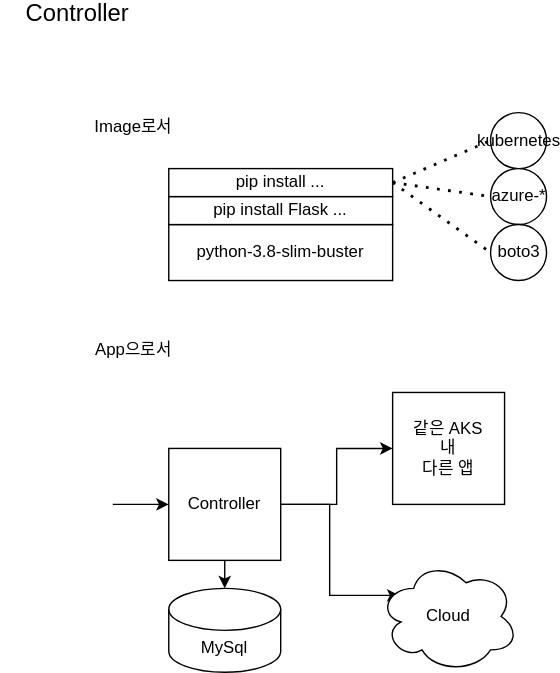
Above: img/controller-arch.svg in anabaral/azure-etude (draw.io), before the change. Source tidied: cells renumbered, new cells last; positions are measured from the earlier drawing's top-left corner, leaving out a move shared by most shapes.
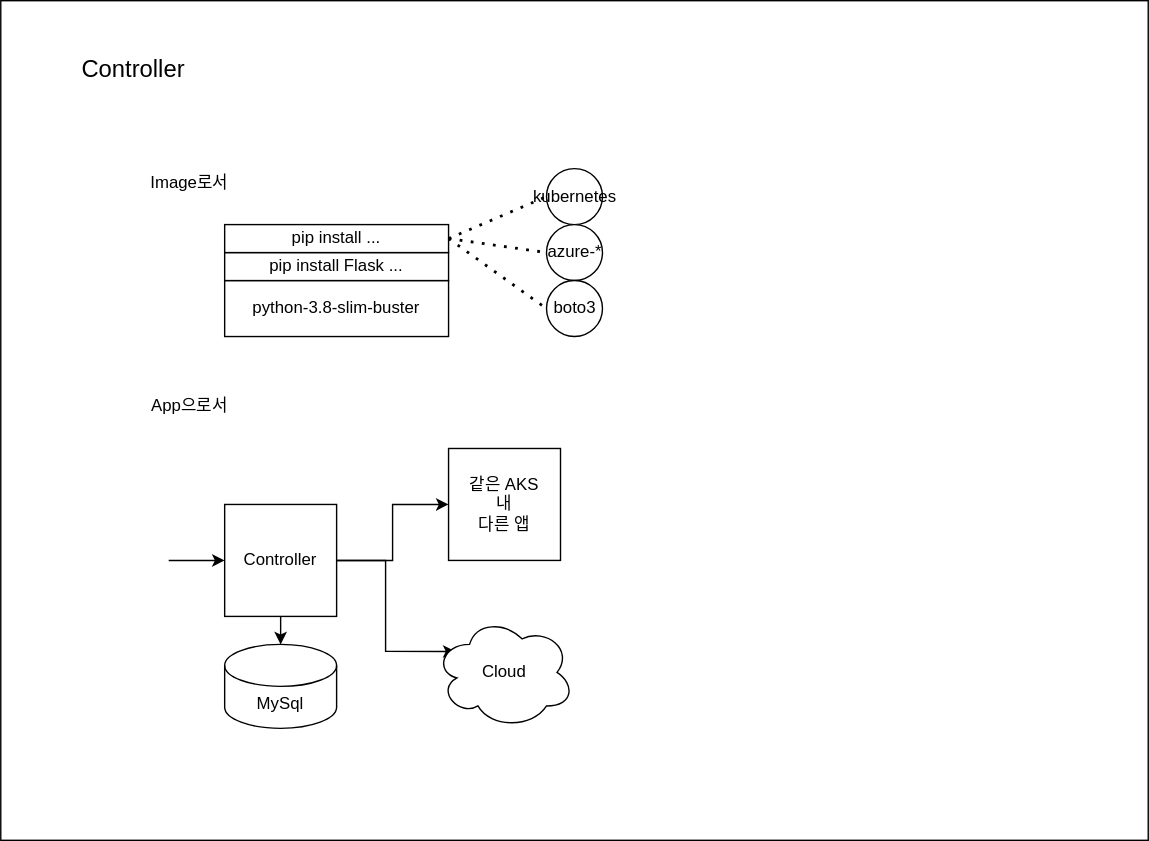
After the commit.

What changed in the source:
```diff
@@ -2,6 +2,9 @@
   <root>
     <mxCell id="0" />
     <mxCell id="1" parent="0" />
+    <mxCell id="22" style="rounded=0;whiteSpace=wrap;html=1;" parent="1" vertex="1">
+      <mxGeometry x="-40" y="-40" width="820" height="600" as="geometry" />
+    </mxCell>
     <mxCell id="2" value="&lt;font style=&quot;font-size: 17px&quot;&gt;Controller&lt;/font&gt;" style="text;html=1;strokeColor=none;fillColor=none;align=center;verticalAlign=middle;whiteSpace=wrap;rounded=0;" parent="1" vertex="1">
       <mxGeometry width="110" height="20" as="geometry" />
     </mxCell>
```
